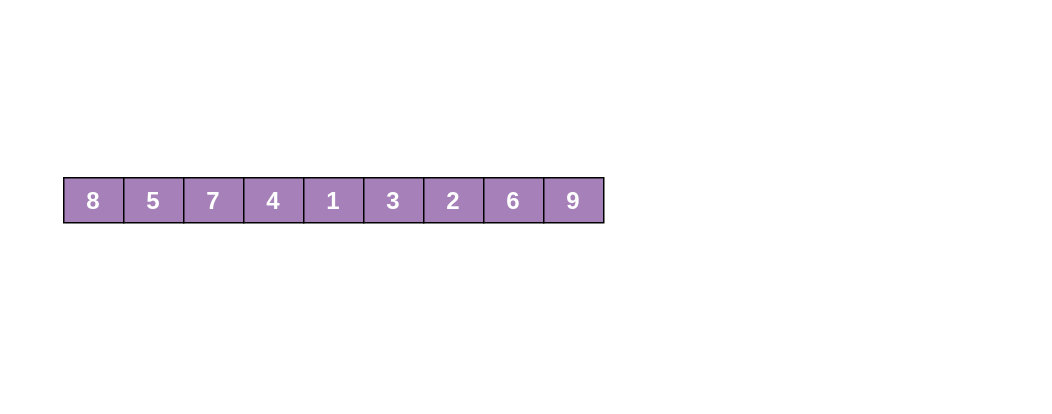
The draw.io diagram 数据结构与算法/排序算法.drawio in LiHuiBin1995/study-java, before the edit. Source tidied: cells renumbered, new cells numbered last; positions are measured from the earlier drawing's top-left corner, leaving out a move shared by most shapes. Both pictures are drawn from the tidied source at 150%, with x=0, y=0 at pixel (63, 177).
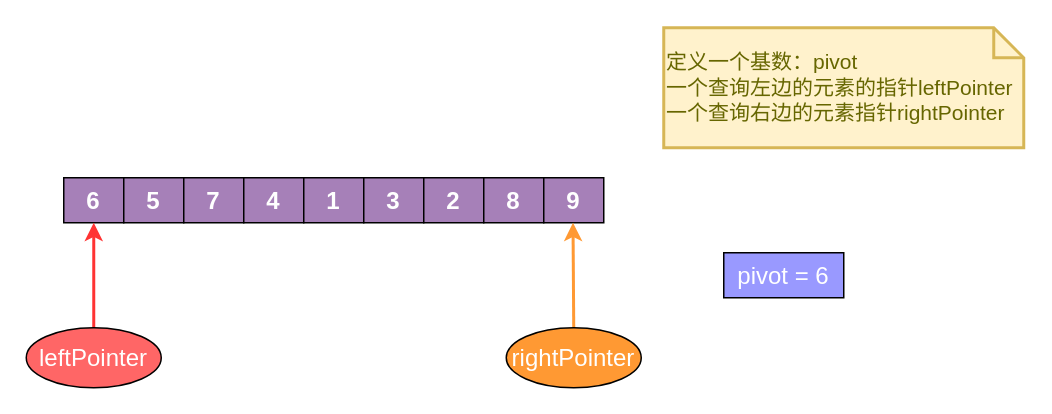
After the change.

Commit message (it also covers changes not shown here):
更新排序算法.drawio

The edit, as a diff of the source:
```diff
@@
 <mxGraphModel>
   <root>
     <mxCell id="0" />
     <mxCell id="1" parent="0" />
-    <mxCell id="2" value="8" style="rounded=0;whiteSpace=wrap;html=1;fillColor=#A680B8;fontColor=#FFFFFF;fontSize=16;fontStyle=1;" parent="1" vertex="1">
+    <mxCell id="2" value="6" style="rounded=0;whiteSpace=wrap;html=1;fillColor=#A680B8;fontColor=#FFFFFF;fontSize=16;fontStyle=1;" parent="1" vertex="1">
       <mxGeometry width="40" height="30" as="geometry" />
     </mxCell>
     <mxCell id="3" value="5" style="rounded=0;whiteSpace=wrap;html=1;fillColor=#A680B8;fontColor=#FFFFFF;fontSize=16;fontStyle=1;" parent="1" vertex="1">
       <mxGeometry x="40" width="40" height="30" as="geometry" />
     </mxCell>
     <mxCell id="4" value="7" style="rounded=0;whiteSpace=wrap;html=1;fillColor=#A680B8;fontColor=#FFFFFF;fontSize=16;fontStyle=1;" parent="1" vertex="1">
       <mxGeometry x="80" width="40" height="30" as="geometry" />
     </mxCell>
     <mxCell id="5" value="4" style="rounded=0;whiteSpace=wrap;html=1;fillColor=#A680B8;fontColor=#FFFFFF;fontSize=16;fontStyle=1;" parent="1" vertex="1">
       <mxGeometry x="120" width="40" height="30" as="geometry" />
     </mxCell>
     <mxCell id="6" value="1" style="rounded=0;whiteSpace=wrap;html=1;fillColor=#A680B8;fontColor=#FFFFFF;fontSize=16;fontStyle=1;" parent="1" vertex="1">
       <mxGeometry x="160" width="40" height="30" as="geometry" />
     </mxCell>
     <mxCell id="7" value="3" style="rounded=0;whiteSpace=wrap;html=1;fillColor=#A680B8;fontColor=#FFFFFF;fontSize=16;fontStyle=1;" parent="1" vertex="1">
       <mxGeometry x="200" width="40" height="30" as="geometry" />
     </mxCell>
     <mxCell id="8" value="2" style="rounded=0;whiteSpace=wrap;html=1;fillColor=#A680B8;fontColor=#FFFFFF;fontSize=16;fontStyle=1;" parent="1" vertex="1">
       <mxGeometry x="240" width="40" height="30" as="geometry" />
     </mxCell>
-    <mxCell id="9" value="6" style="rounded=0;whiteSpace=wrap;html=1;fillColor=#A680B8;fontColor=#FFFFFF;fontSize=16;fontStyle=1;" parent="1" vertex="1">
+    <mxCell id="9" value="8" style="rounded=0;whiteSpace=wrap;html=1;fillColor=#A680B8;fontColor=#FFFFFF;fontSize=16;fontStyle=1;" parent="1" vertex="1">
       <mxGeometry x="280" width="40" height="30" as="geometry" />
     </mxCell>
     <mxCell id="10" value="9" style="rounded=0;whiteSpace=wrap;html=1;fillColor=#A680B8;fontColor=#FFFFFF;fontSize=16;fontStyle=1;" parent="1" vertex="1">
       <mxGeometry x="320" width="40" height="30" as="geometry" />
     </mxCell>
+    <mxCell id="11" value="定义一个基数：pivot&lt;br&gt;一个查询左边的元素的指针leftPointer&lt;br&gt;一个查询右边的元素指针rightPointer" style="shape=note;strokeWidth=2;fontSize=14;size=20;whiteSpace=wrap;html=1;fillColor=#fff2cc;strokeColor=#d6b656;fontColor=#666600;rounded=0;verticalAlign=middle;align=left;" parent="1" vertex="1">
+      <mxGeometry x="400" y="-100" width="240" height="80" as="geometry" />
+    </mxCell>
+    <mxCell id="12" value="pivot = 6" style="rounded=0;whiteSpace=wrap;html=1;fontSize=16;fontColor=#FFFFFF;fillColor=#9999FF;align=center;" parent="1" vertex="1">
+      <mxGeometry x="440" y="50" width="80" height="30" as="geometry" />
+    </mxCell>
+    <mxCell id="13" style="endArrow=classic;html=1;rounded=0;fontSize=16;fontColor=#FFFFFF;entryX=0.5;entryY=1;entryDx=0;entryDy=0;strokeWidth=2;strokeColor=#FF3333;exitX=0.5;exitY=0;exitDx=0;exitDy=0;" parent="1" edge="1" source="15" target="2">
+      <mxGeometry relative="1" as="geometry" />
+    </mxCell>
+    <mxCell id="14" style="endArrow=classic;html=1;rounded=0;fontSize=16;fontColor=#FFFFFF;entryX=0.5;entryY=1;entryDx=0;entryDy=0;strokeWidth=2;strokeColor=#FF9933;exitX=0.5;exitY=0;exitDx=0;exitDy=0;fillColor=#FFB366;" parent="1" edge="1" source="16">
+      <mxGeometry relative="1" as="geometry">
+        <mxPoint x="339.5" y="30" as="targetPoint" />
+      </mxGeometry>
+    </mxCell>
+    <mxCell id="15" value="leftPointer" style="ellipse;whiteSpace=wrap;html=1;fontSize=16;fontColor=#FFFFFF;fillColor=#FF6666;align=center;" parent="1" vertex="1">
+      <mxGeometry x="-25" y="100" width="90" height="40" as="geometry" />
+    </mxCell>
+    <mxCell id="16" value="rightPointer" style="ellipse;whiteSpace=wrap;html=1;fontSize=16;fontColor=#FFFFFF;fillColor=#FF9933;align=center;" parent="1" vertex="1">
+      <mxGeometry x="295" y="100" width="90" height="40" as="geometry" />
+    </mxCell>
   </root>
 </mxGraphModel>
```
